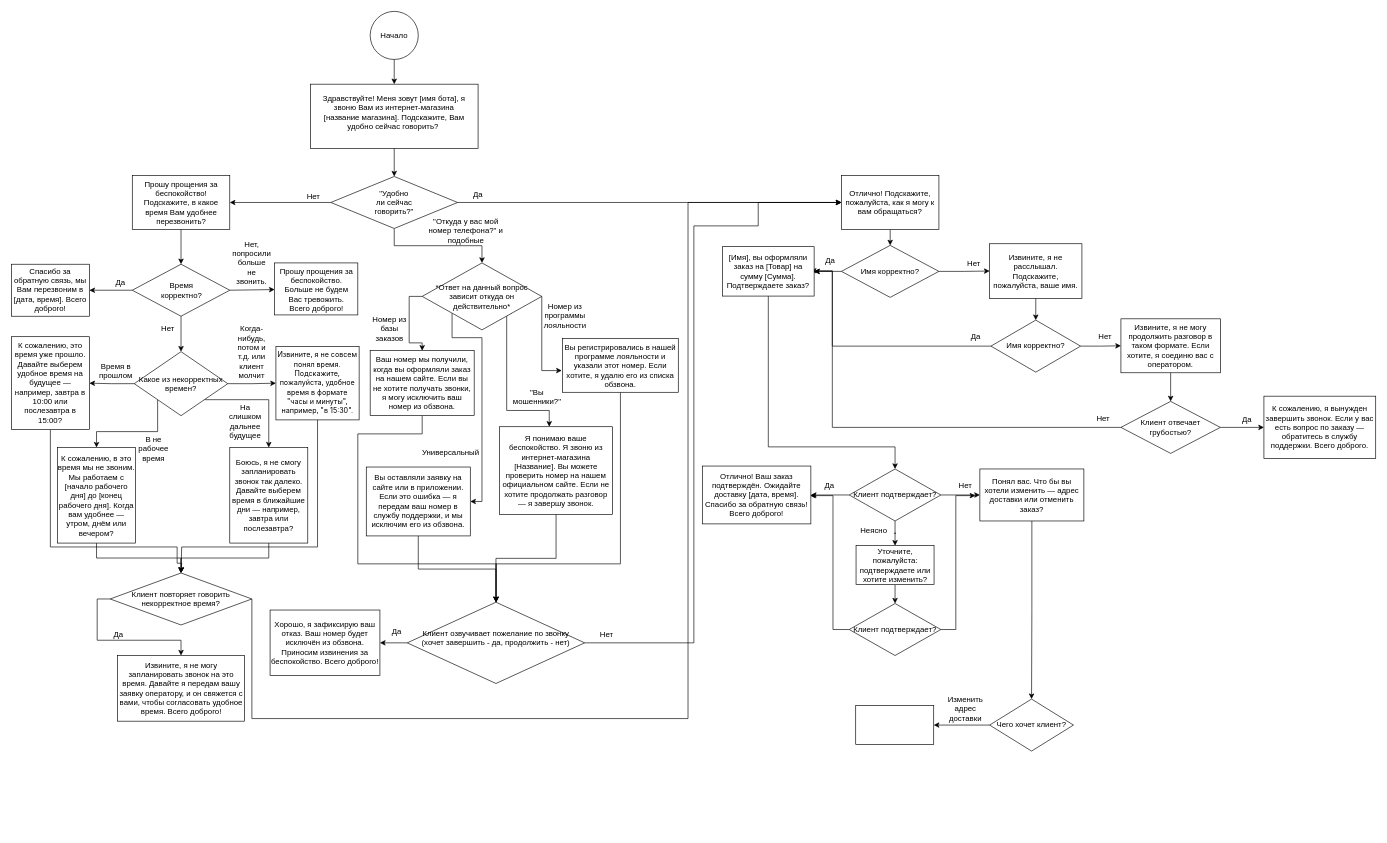
Before: Тестовое задание на вакансию Младшего разработчика голосовых и чат ботов, Дусаева Кристина Родионовна.drawio in MeAstrena/Resume-CV-, a draw.io diagram. Source tidied: cells renumbered, new cells numbered last; positions are measured from the earlier drawing's top-left corner, leaving out a move shared by most shapes. Both pictures are drawn from the tidied source at 65%, with x=0, y=0 at pixel (11, 11).
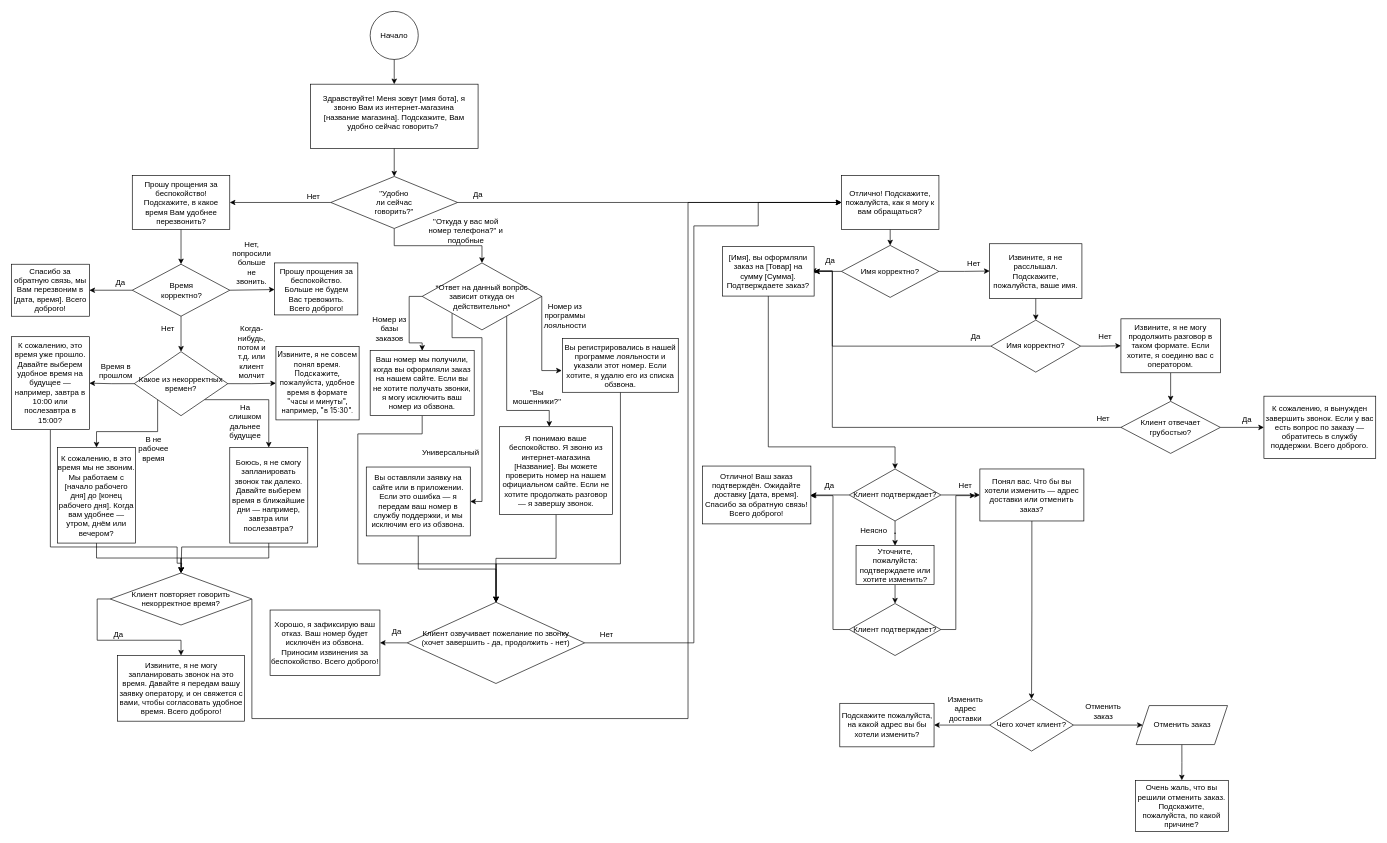
The same diagram, later.

Unchanged cells that the change refers to:
```xml
<mxCell id="109" value="Чего хочет клиент?" style="rhombus;whiteSpace=wrap;html=1;shapeInside=1;" parent="1" vertex="1">
  <mxGeometry x="1505" y="1058" width="129" height="80" as="geometry" />
</mxCell>
```

Change to the diagram source:
```diff
@@
+    <mxCell id="118" style="edgeStyle=orthogonalEdgeStyle;rounded=0;jettySize=auto;html=1;exitX=1;exitY=0.5;exitDx=0;exitDy=0;" parent="1" edge="1" source="109" target="122">
+      <mxGeometry relative="1" as="geometry" />
+    </mxCell>
@@
-    <mxCell id="110" style="rounded=0;whiteSpace=wrap;html=1;" parent="1" vertex="1">
-      <mxGeometry x="1299" y="1068" width="120" height="60" as="geometry" />
+    <mxCell id="110" value="Подскажите пожалуйста, на какой адрес вы бы хотели изменить?" style="rounded=0;whiteSpace=wrap;html=1;" parent="1" vertex="1">
+      <mxGeometry x="1274.5" y="1064.5" width="145" height="67" as="geometry" />
     </mxCell>
@@
+    <mxCell id="119" value="Отменить заказ" style="text;html=1;whiteSpace=wrap;strokeColor=none;fillColor=none;align=center;verticalAlign=middle;rounded=0;" parent="1" vertex="1">
+      <mxGeometry x="1650" y="1062" width="60" height="30" as="geometry" />
+    </mxCell>
+    <mxCell id="120" value="Очень жаль, что вы решили отменить заказ. Подскажите, пожалуйста, по какой причине?" style="rounded=0;whiteSpace=wrap;html=1;" parent="1" vertex="1">
+      <mxGeometry x="1729.2" y="1183" width="143" height="79" as="geometry" />
+    </mxCell>
+    <mxCell id="121" style="edgeStyle=orthogonalEdgeStyle;rounded=0;jettySize=auto;html=1;exitX=0.5;exitY=1;exitDx=0;exitDy=0;entryX=0.5;entryY=0;entryDx=0;entryDy=0;" parent="1" edge="1" source="122" target="120">
+      <mxGeometry relative="1" as="geometry" />
+    </mxCell>
+    <mxCell id="122" value="Отменить заказ" style="shape=parallelogram;perimeter=parallelogramPerimeter;whiteSpace=wrap;html=1;shapeInside=1;fixedSize=1;" parent="1" vertex="1">
+      <mxGeometry x="1730.5" y="1068" width="140.5" height="60" as="geometry" />
+    </mxCell>
```
